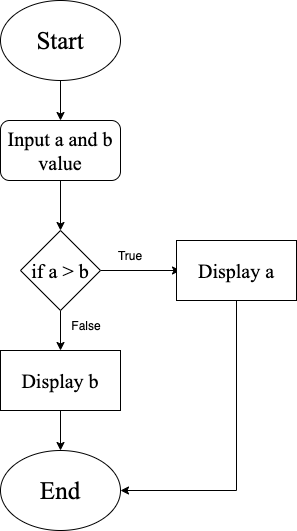
Before: test.drawio.png, a diagram exported from draw.io (seftyyunitasari/test_draw.io). Source tidied: cells renumbered, new cells last; positions are measured from the earlier drawing's top-left corner, leaving out a move shared by most shapes.
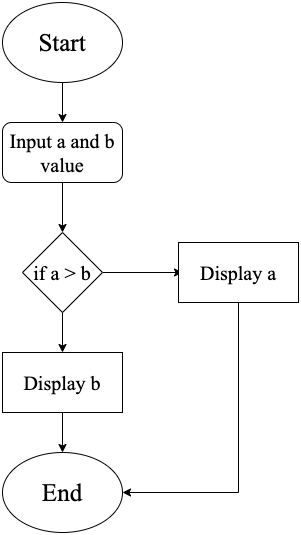
The same diagram one commit later.

The edit, as a diff of the source:
```diff
@@ -44,11 +44,5 @@
         </Array>
       </mxGeometry>
     </mxCell>
-    <mxCell id="14" value="True" style="text;html=1;strokeColor=none;fillColor=none;align=center;verticalAlign=middle;whiteSpace=wrap;rounded=0;" parent="1" vertex="1">
-      <mxGeometry x="100" y="240" width="60" height="30" as="geometry" />
-    </mxCell>
-    <mxCell id="15" value="False" style="text;html=1;strokeColor=none;fillColor=none;align=center;verticalAlign=middle;whiteSpace=wrap;rounded=0;" parent="1" vertex="1">
-      <mxGeometry x="56" y="310" width="60" height="30" as="geometry" />
-    </mxCell>
   </root>
 </mxGraphModel>
```
